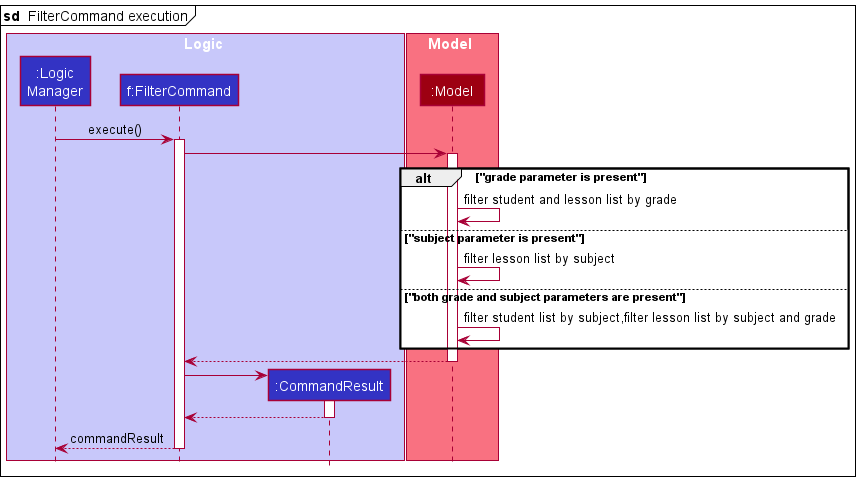
The PlantUML diagram docs/images/DeveloperGuideImage/FilterSequenceDiagram1.png in nus-cs2103-AY2122S1/tp, before a commit. The source it was exported from:
```plantuml
@startuml
!include style.puml

mainframe **sd**  FilterCommand execution

box Logic LOGIC_COLOR_T1
participant ":Logic\nManager" as LogicManager LOGIC_COLOR
participant "f:FilterCommand" as FilterCommand LOGIC_COLOR
participant ":CommandResult" as CommandResult LOGIC_COLOR
end box

box Model MODEL_COLOR_T1
participant ":Model" as Model MODEL_COLOR
end box

LogicManager -> FilterCommand : execute()
activate FilterCommand

FilterCommand -> Model
activate Model

alt "grade parameter is present"
    Model -> Model : filter student and lesson list by grade

else "subject parameter is present"
    Model -> Model : filter lesson list by subject

else "both grade and subject parameters are present"
    Model -> Model : filter student list by subject,filter lesson list by subject and grade
end

Model --> FilterCommand
deactivate Model

create CommandResult
FilterCommand -> CommandResult
activate CommandResult

CommandResult --> FilterCommand
deactivate CommandResult

LogicManager <-- FilterCommand  : commandResult
deactivate FilterCommand
@enduml
```
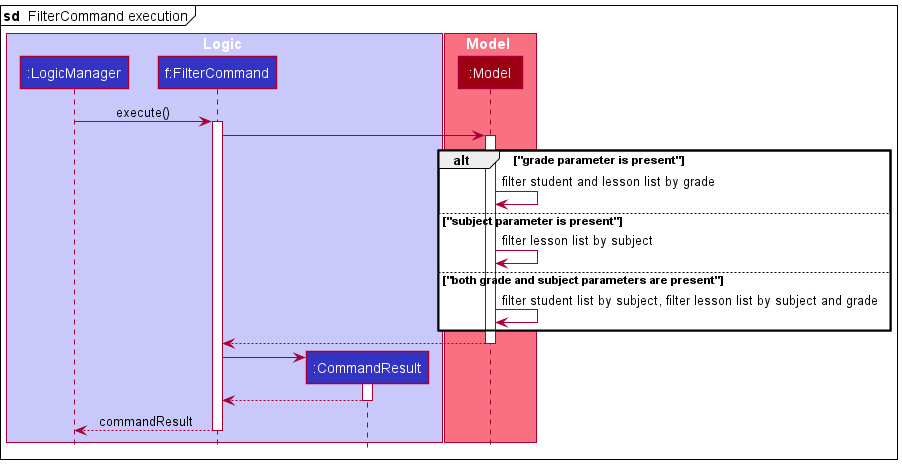
The same diagram one commit later.

Diff of the diagram source:
```diff
@@ -4,7 +4,7 @@
 mainframe **sd**  FilterCommand execution
 
 box Logic LOGIC_COLOR_T1
-participant ":Logic\nManager" as LogicManager LOGIC_COLOR
+participant ":LogicManager" as LogicManager LOGIC_COLOR
 participant "f:FilterCommand" as FilterCommand LOGIC_COLOR
 participant ":CommandResult" as CommandResult LOGIC_COLOR
 end box
@@ -26,7 +26,7 @@
     Model -> Model : filter lesson list by subject
 
 else "both grade and subject parameters are present"
-    Model -> Model : filter student list by subject,filter lesson list by subject and grade
+    Model -> Model : filter student list by subject, filter lesson list by subject and grade
 end
 
 Model --> FilterCommand
```
